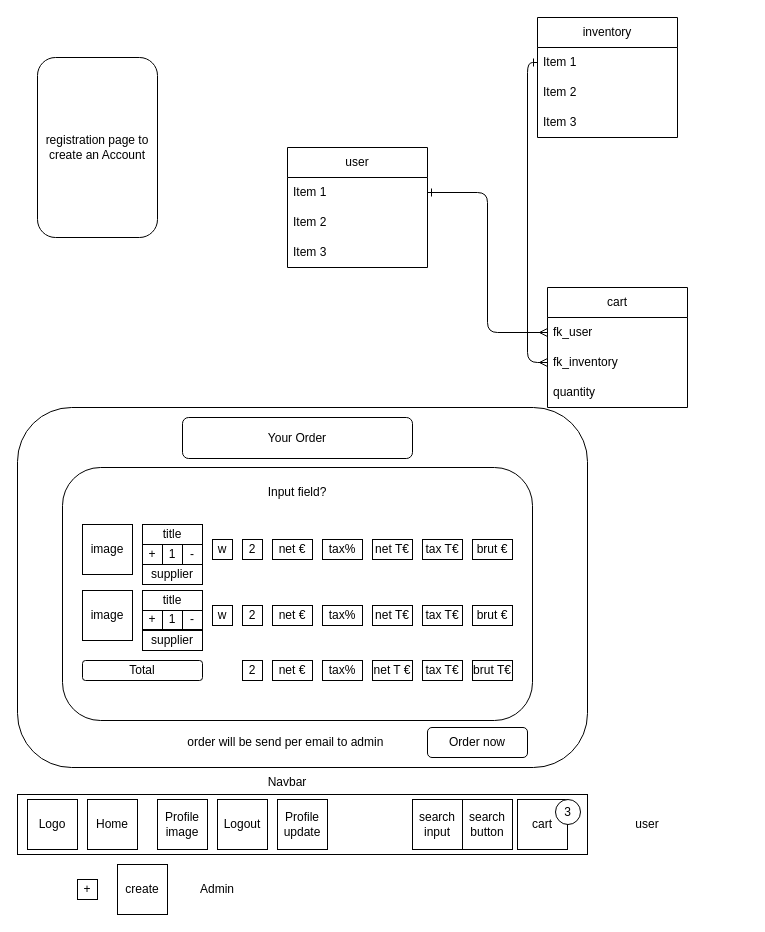
Earlier version of the draw.io diagram PHP_Day05_10/PHP06_draw.drawio (janPawek/PHPexcercises). Source tidied: cells renumbered, new cells numbered last; positions are measured from the earlier drawing's top-left corner, leaving out a move shared by most shapes. Both pictures are drawn from the tidied source at 100%, with x=0, y=0 at pixel (17, 17).
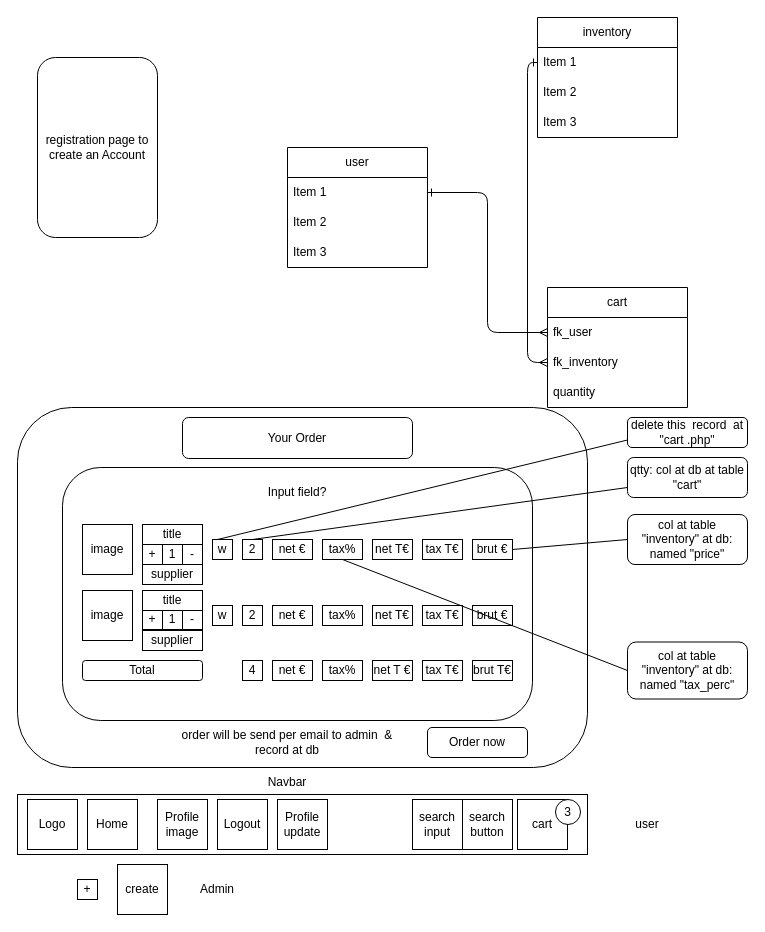
The same diagram, later.

The change refers to these unchanged cells:
```xml
<mxCell id="40" value="2" style="rounded=0;whiteSpace=wrap;html=1;" parent="1" vertex="1">
  <mxGeometry x="225" y="522" width="20" height="20" as="geometry" />
</mxCell>
<mxCell id="42" value="tax%" style="rounded=0;whiteSpace=wrap;html=1;" parent="1" vertex="1">
  <mxGeometry x="305" y="522" width="40" height="20" as="geometry" />
</mxCell>
<mxCell id="45" value="brut €" style="rounded=0;whiteSpace=wrap;html=1;" parent="1" vertex="1">
  <mxGeometry x="455" y="522" width="40" height="20" as="geometry" />
</mxCell>
<mxCell id="47" value="w" style="whiteSpace=wrap;html=1;" parent="1" vertex="1">
  <mxGeometry x="195" y="522" width="20" height="20" as="geometry" />
</mxCell>
```

What changed in the source:
```diff
@@
-    <mxCell id="34" value="order will be send per email to admin&amp;nbsp;" style="text;html=1;strokeColor=none;fillColor=none;align=center;verticalAlign=middle;whiteSpace=wrap;rounded=0;" parent="1" vertex="1">
+    <mxCell id="34" value="order will be send per email to admin&amp;nbsp; &amp;amp; record at db" style="text;html=1;strokeColor=none;fillColor=none;align=center;verticalAlign=middle;whiteSpace=wrap;rounded=0;" parent="1" vertex="1">
       <mxGeometry x="150" y="710" width="240" height="30" as="geometry" />
     </mxCell>
@@
-    <mxCell id="62" value="2" style="rounded=0;whiteSpace=wrap;html=1;" parent="1" vertex="1">
+    <mxCell id="62" value="4" style="rounded=0;whiteSpace=wrap;html=1;" parent="1" vertex="1">
       <mxGeometry x="225" y="643" width="20" height="20" as="geometry" />
     </mxCell>
@@
+    <mxCell id="71" value="delete this&amp;nbsp; record&amp;nbsp; at &quot;cart&amp;nbsp;.php&quot;" style="rounded=1;whiteSpace=wrap;html=1;" parent="1" vertex="1">
+      <mxGeometry x="610" y="400" width="120" height="30" as="geometry" />
+    </mxCell>
+    <mxCell id="72" style="endArrow=none;html=1;entryX=0;entryY=0.5;entryDx=0;entryDy=0;exitX=0.5;exitY=1;exitDx=0;exitDy=0;" parent="1" edge="1" source="42" target="78">
+      <mxGeometry relative="1" as="geometry" />
+    </mxCell>
+    <mxCell id="73" style="endArrow=none;html=1;entryX=0;entryY=0.75;entryDx=0;entryDy=0;exitX=0.25;exitY=0;exitDx=0;exitDy=0;" parent="1" edge="1" source="47" target="71">
+      <mxGeometry relative="1" as="geometry" />
+    </mxCell>
+    <mxCell id="74" value="qtty: col at db at table &quot;cart&quot;" style="rounded=1;whiteSpace=wrap;html=1;" parent="1" vertex="1">
+      <mxGeometry x="610" y="440" width="120" height="40" as="geometry" />
+    </mxCell>
+    <mxCell id="75" style="endArrow=none;html=1;entryX=0;entryY=0.75;entryDx=0;entryDy=0;exitX=0.5;exitY=0;exitDx=0;exitDy=0;" parent="1" edge="1" source="40" target="74">
+      <mxGeometry relative="1" as="geometry" />
+    </mxCell>
+    <mxCell id="76" value="col at table &quot;inventory&quot; at db: named &quot;price&quot;" style="rounded=1;whiteSpace=wrap;html=1;" parent="1" vertex="1">
+      <mxGeometry x="610" y="497" width="120" height="50" as="geometry" />
+    </mxCell>
+    <mxCell id="77" style="endArrow=none;html=1;entryX=0;entryY=0.5;entryDx=0;entryDy=0;exitX=1;exitY=0.5;exitDx=0;exitDy=0;" parent="1" edge="1" source="45" target="76">
+      <mxGeometry relative="1" as="geometry" />
+    </mxCell>
+    <mxCell id="78" value="col at table &quot;inventory&quot; at db: named &quot;tax_perc&quot;" style="rounded=1;whiteSpace=wrap;html=1;" parent="1" vertex="1">
+      <mxGeometry x="610" y="624.5" width="120" height="57" as="geometry" />
+    </mxCell>
```
